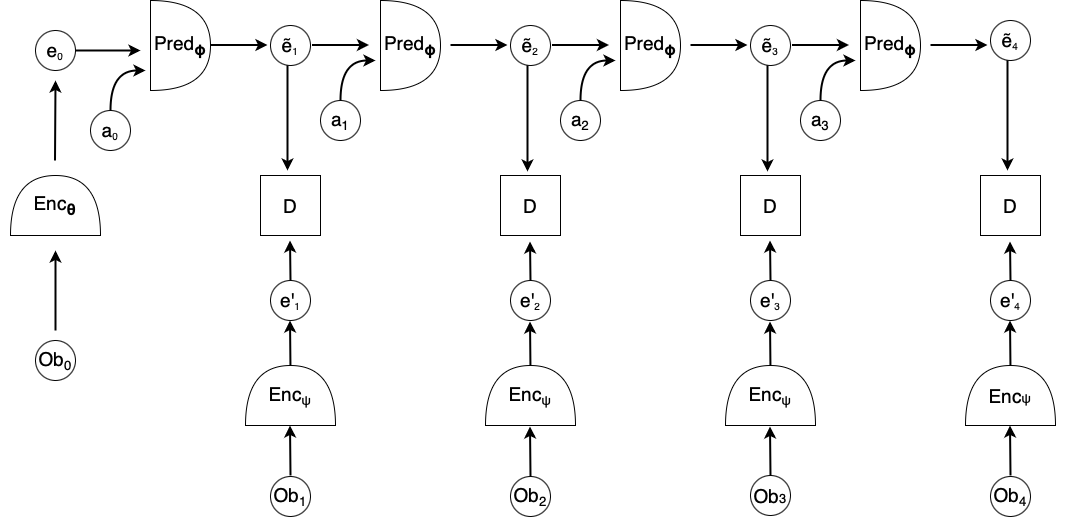
rheachandok/DL_Final_Proj keeps this draw.io diagram as assets/hjepa.png. Above is the earlier version. Source tidied: cells renumbered, new cells last; positions are measured from the earlier drawing's top-left corner, leaving out a move shared by most shapes.
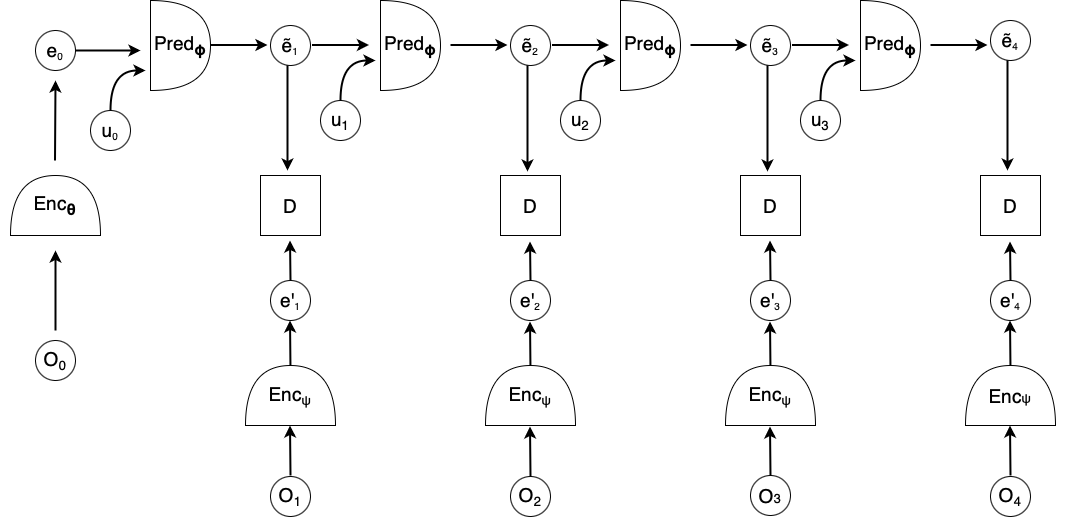
After the change.

Commit message:
use o and u notations in hjepa figure

The edit, as a diff of the source:
```diff
@@ -236,13 +236,13 @@
     <mxCell id="45" value="Enc&lt;span style=&quot;font-size: 13.333333px; text-align: start;&quot;&gt;ψ&lt;/span&gt;" style="shape=or;whiteSpace=wrap;html=1;fontSize=19;direction=north;" parent="2" vertex="1">
       <mxGeometry x="965" y="355" width="90" height="60" as="geometry" />
     </mxCell>
-    <mxCell id="46" value="&lt;span style=&quot;font-size: 19px;&quot;&gt;Ob&lt;/span&gt;&lt;span style=&quot;font-size: 15.833333px;&quot;&gt;&lt;sub&gt;0&lt;/sub&gt;&lt;/span&gt;" style="ellipse;whiteSpace=wrap;html=1;" parent="2" vertex="1">
+    <mxCell id="46" value="&lt;span style=&quot;font-size: 19px;&quot;&gt;O&lt;/span&gt;&lt;span style=&quot;font-size: 15.833333px;&quot;&gt;&lt;sub&gt;0&lt;/sub&gt;&lt;/span&gt;" style="ellipse;whiteSpace=wrap;html=1;" parent="2" vertex="1">
       <mxGeometry x="35" y="330" width="40" height="40" as="geometry" />
     </mxCell>
     <mxCell id="47" value="&lt;span style=&quot;font-size: 19px;&quot;&gt;e&lt;/span&gt;&lt;sub&gt;0&lt;/sub&gt;&lt;span style=&quot;caret-color: rgba(0, 0, 0, 0); color: rgba(0, 0, 0, 0); font-family: monospace; font-size: 0px; text-align: start; white-space: nowrap;&quot;&gt;%3CmxGraphModel%3E%3Croot%3E%3CmxCell%20id%3D%220%22%2F%3E%3CmxCell%20id%3D%221%22%20parent%3D%220%22%2F%3E%3CmxCell%20id%3D%222%22%20value%3D%22e%26lt%3Bsub%26gt%3B0%26lt%3B%2Fsub%26gt%3B%22%20style%3D%22text%3Bhtml%3D1%3Balign%3Dcenter%3BverticalAlign%3Dmiddle%3BwhiteSpace%3Dwrap%3Brounded%3D0%3BfontSize%3D19%3B%22%20vertex%3D%221%22%20parent%3D%221%22%3E%3CmxGeometry%20x%3D%22135%22%20y%3D%22730%22%20width%3D%2260%22%20height%3D%2230%22%20as%3D%22geometry%22%2F%3E%3C%2FmxCell%3E%3C%2Froot%3E%3C%2FmxGraphModel%3E&lt;/span&gt;" style="ellipse;whiteSpace=wrap;html=1;" parent="2" vertex="1">
       <mxGeometry x="35" y="20" width="40" height="40" as="geometry" />
     </mxCell>
-    <mxCell id="48" value="&lt;span style=&quot;font-size: 19px;&quot;&gt;a&lt;/span&gt;&lt;sub&gt;0&lt;/sub&gt;" style="ellipse;whiteSpace=wrap;html=1;" parent="2" vertex="1">
+    <mxCell id="48" value="&lt;span style=&quot;font-size: 19px;&quot;&gt;u&lt;/span&gt;&lt;sub&gt;0&lt;/sub&gt;" style="ellipse;whiteSpace=wrap;html=1;" parent="2" vertex="1">
       <mxGeometry x="90" y="100" width="40" height="40" as="geometry" />
     </mxCell>
     <mxCell id="49" value="&lt;span style=&quot;font-size: 19px; text-align: start;&quot;&gt;ẽ&lt;/span&gt;&lt;sub&gt;1&lt;/sub&gt;" style="ellipse;whiteSpace=wrap;html=1;" parent="2" vertex="1">
@@ -260,28 +260,28 @@
     <mxCell id="53" value="&lt;span style=&quot;font-size: 19px;&quot;&gt;e'&lt;/span&gt;&lt;sub&gt;4&lt;/sub&gt;" style="ellipse;whiteSpace=wrap;html=1;" parent="2" vertex="1">
       <mxGeometry x="990" y="270" width="40" height="40" as="geometry" />
     </mxCell>
-    <mxCell id="54" value="&lt;span style=&quot;font-size: 19px;&quot;&gt;Ob&lt;/span&gt;&lt;span style=&quot;font-size: 15.833333px;&quot;&gt;&lt;sub&gt;1&lt;/sub&gt;&lt;/span&gt;" style="ellipse;whiteSpace=wrap;html=1;" parent="2" vertex="1">
+    <mxCell id="54" value="&lt;span style=&quot;font-size: 19px;&quot;&gt;O&lt;/span&gt;&lt;span style=&quot;font-size: 15.833333px;&quot;&gt;&lt;sub&gt;1&lt;/sub&gt;&lt;/span&gt;" style="ellipse;whiteSpace=wrap;html=1;" parent="2" vertex="1">
       <mxGeometry x="270" y="466" width="40" height="40" as="geometry" />
     </mxCell>
     <mxCell id="55" style="edgeStyle=orthogonalEdgeStyle;rounded=0;orthogonalLoop=1;jettySize=auto;html=1;exitX=0.5;exitY=1;exitDx=0;exitDy=0;" parent="2" edge="1" source="54" target="54">
       <mxGeometry relative="1" as="geometry" />
     </mxCell>
-    <mxCell id="56" value="&lt;span style=&quot;font-size: 19px;&quot;&gt;Ob&lt;/span&gt;&lt;span style=&quot;font-size: 15.833333px;&quot;&gt;&lt;sub&gt;2&lt;/sub&gt;&lt;/span&gt;" style="ellipse;whiteSpace=wrap;html=1;" parent="2" vertex="1">
+    <mxCell id="56" value="&lt;span style=&quot;font-size: 19px;&quot;&gt;O&lt;/span&gt;&lt;span style=&quot;font-size: 15.833333px;&quot;&gt;&lt;sub&gt;2&lt;/sub&gt;&lt;/span&gt;" style="ellipse;whiteSpace=wrap;html=1;" parent="2" vertex="1">
       <mxGeometry x="510" y="466" width="40" height="40" as="geometry" />
     </mxCell>
-    <mxCell id="57" value="&lt;span style=&quot;font-size: 19px;&quot;&gt;Ob&lt;/span&gt;&lt;font size=&quot;2&quot;&gt;3&lt;/font&gt;" style="ellipse;whiteSpace=wrap;html=1;" parent="2" vertex="1">
+    <mxCell id="57" value="&lt;span style=&quot;font-size: 19px;&quot;&gt;O&lt;/span&gt;&lt;font size=&quot;2&quot;&gt;3&lt;/font&gt;" style="ellipse;whiteSpace=wrap;html=1;" parent="2" vertex="1">
       <mxGeometry x="750" y="465" width="40" height="40" as="geometry" />
     </mxCell>
-    <mxCell id="58" value="&lt;span style=&quot;font-size: 19px;&quot;&gt;Ob&lt;/span&gt;&lt;span style=&quot;font-size: 15.833333px;&quot;&gt;&lt;sub&gt;4&lt;/sub&gt;&lt;/span&gt;" style="ellipse;whiteSpace=wrap;html=1;" parent="2" vertex="1">
+    <mxCell id="58" value="&lt;span style=&quot;font-size: 19px;&quot;&gt;O&lt;/span&gt;&lt;span style=&quot;font-size: 15.833333px;&quot;&gt;&lt;sub&gt;4&lt;/sub&gt;&lt;/span&gt;" style="ellipse;whiteSpace=wrap;html=1;" parent="2" vertex="1">
       <mxGeometry x="990" y="466" width="40" height="40" as="geometry" />
     </mxCell>
-    <mxCell id="59" value="&lt;span style=&quot;font-size: 19px;&quot;&gt;a&lt;/span&gt;&lt;span style=&quot;font-size: 15.833333px;&quot;&gt;&lt;sub&gt;1&lt;/sub&gt;&lt;/span&gt;" style="ellipse;whiteSpace=wrap;html=1;" parent="2" vertex="1">
+    <mxCell id="59" value="&lt;span style=&quot;font-size: 19px;&quot;&gt;u&lt;/span&gt;&lt;span style=&quot;font-size: 15.833333px;&quot;&gt;&lt;sub&gt;1&lt;/sub&gt;&lt;/span&gt;" style="ellipse;whiteSpace=wrap;html=1;" parent="2" vertex="1">
       <mxGeometry x="320" y="90" width="40" height="40" as="geometry" />
     </mxCell>
-    <mxCell id="60" value="&lt;span style=&quot;font-size: 19px;&quot;&gt;a&lt;/span&gt;&lt;span style=&quot;font-size: 15.833333px;&quot;&gt;&lt;sub&gt;2&lt;/sub&gt;&lt;/span&gt;" style="ellipse;whiteSpace=wrap;html=1;" parent="2" vertex="1">
+    <mxCell id="60" value="&lt;span style=&quot;font-size: 19px;&quot;&gt;u&lt;/span&gt;&lt;span style=&quot;font-size: 15.833333px;&quot;&gt;&lt;sub&gt;2&lt;/sub&gt;&lt;/span&gt;" style="ellipse;whiteSpace=wrap;html=1;" parent="2" vertex="1">
       <mxGeometry x="560" y="90" width="40" height="40" as="geometry" />
     </mxCell>
-    <mxCell id="61" value="&lt;span style=&quot;font-size: 19px;&quot;&gt;a&lt;/span&gt;&lt;span style=&quot;font-size: 15.833333px;&quot;&gt;&lt;sub&gt;3&lt;/sub&gt;&lt;/span&gt;" style="ellipse;whiteSpace=wrap;html=1;" parent="2" vertex="1">
+    <mxCell id="61" value="&lt;span style=&quot;font-size: 19px;&quot;&gt;u&lt;/span&gt;&lt;span style=&quot;font-size: 15.833333px;&quot;&gt;&lt;sub&gt;3&lt;/sub&gt;&lt;/span&gt;" style="ellipse;whiteSpace=wrap;html=1;" parent="2" vertex="1">
       <mxGeometry x="800" y="90" width="40" height="40" as="geometry" />
     </mxCell>
     <mxCell id="62" value="&lt;span style=&quot;font-size: 19px; text-align: start;&quot;&gt;ẽ&lt;/span&gt;&lt;sub&gt;2&lt;/sub&gt;" style="ellipse;whiteSpace=wrap;html=1;" parent="2" vertex="1">
```
